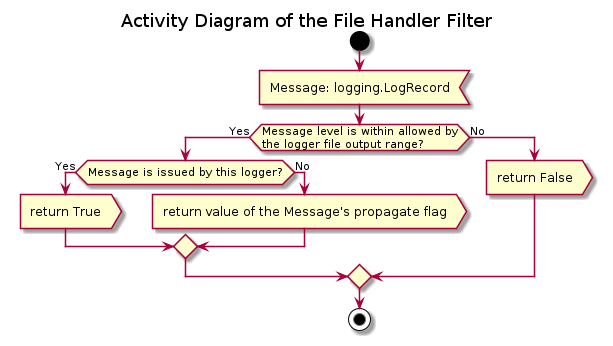
FooBarShebang/introspection_lib keeps this PlantUML diagram as Documentation/UML/logging/file_filter.png. Above is the earlier version.
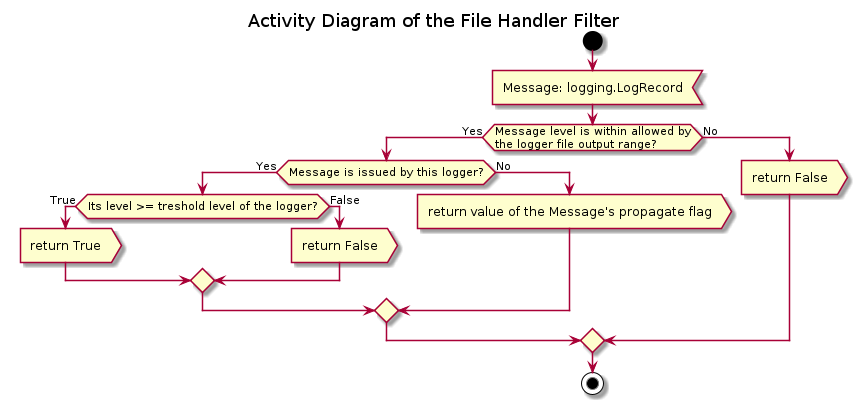
Later version of the same file.

Commit message:
bug fix - root  logger threshold level

Diff of the diagram source:
```diff
@@ -8,7 +8,11 @@
 
 if (Message level is within allowed by\nthe logger file output range?) then (Yes)
     if (Message is issued by this logger?) then (Yes)
-        :return True>
+        if (Its level >= treshold level of the logger?) then (True)
+            :return True>
+        else (False)
+            :return False>
+        endif
     else (No)
         :return value of the Message's propagate flag>
     endif
```
